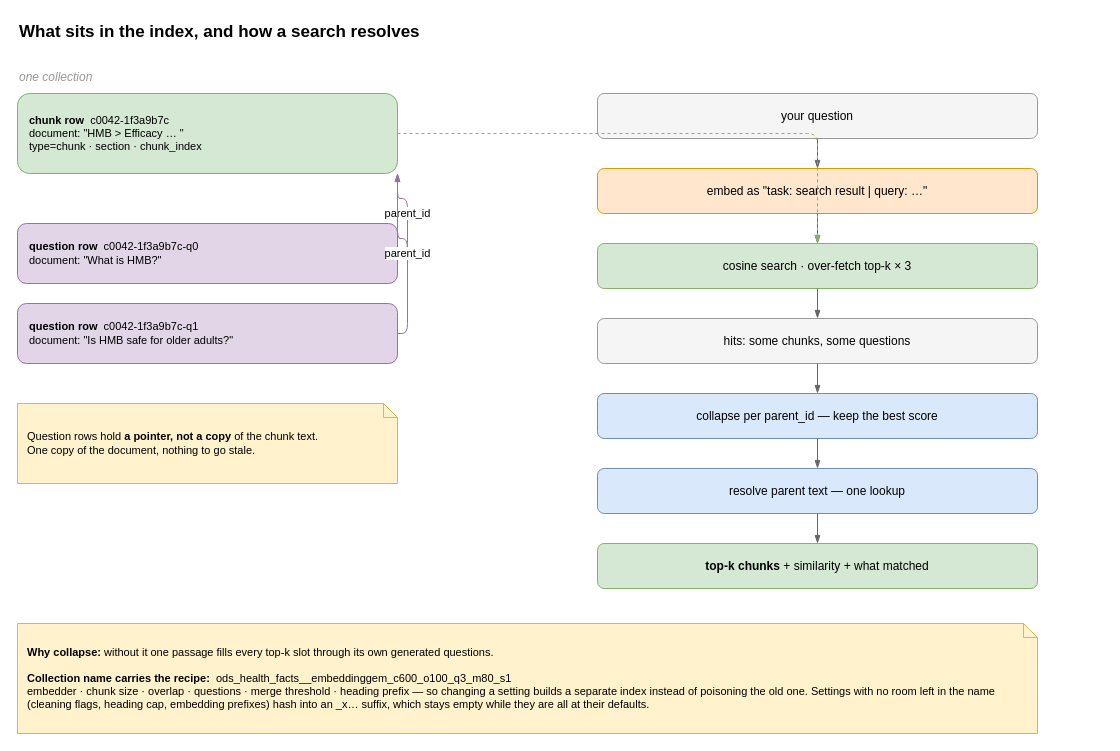
This is page "8 · Step 6 — Index" (9 of 15) of architecture.drawio from marwan-osama/athletic-suppliments-RAG, a draw.io file, before an edit. Source tidied: cells renumbered, new cells numbered last; positions are measured from the earlier drawing's top-left corner, leaving out a move shared by most shapes. Both pictures are drawn from the tidied source at 100%, with x=0, y=0 at pixel (17, 17).
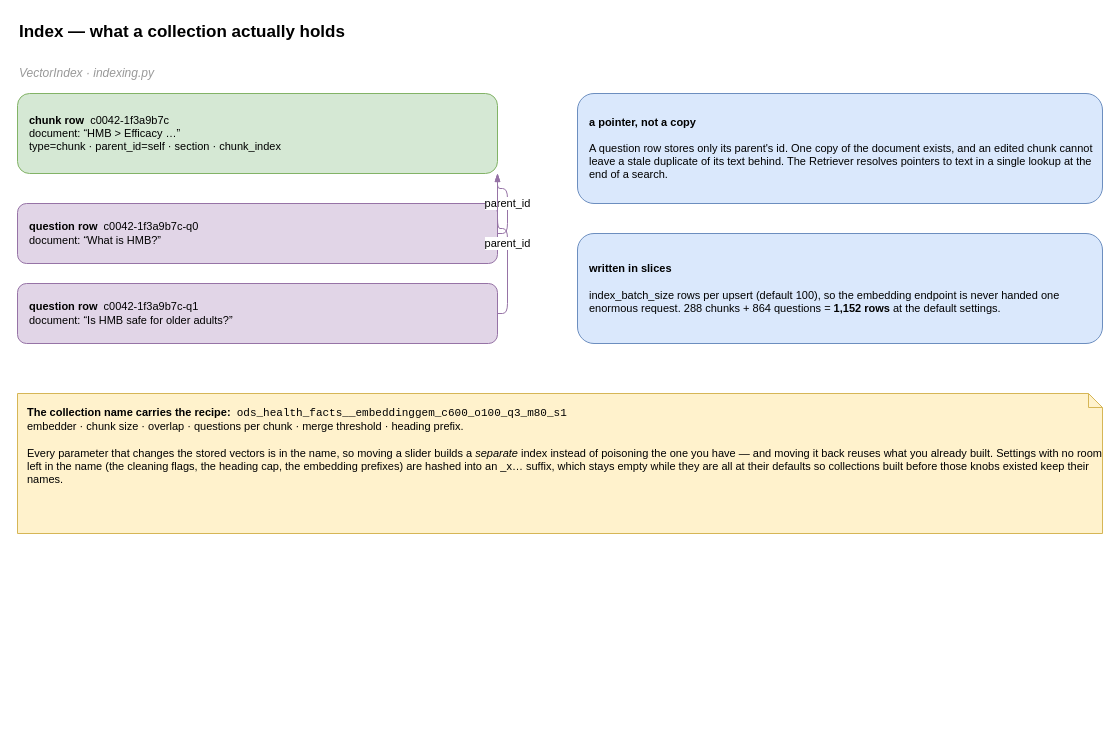
The same page after the edit.

What changed in the source:
```diff
@@
-    <mxCell id="2" value="What sits in the index, and how a search resolves" style="text;html=1;fontSize=17;fontStyle=1;align=left;verticalAlign=middle;" parent="1" vertex="1">
-      <mxGeometry width="620" height="30" as="geometry" />
-    </mxCell>
-    <mxCell id="3" value="one collection" style="text;html=1;fontSize=12;fontStyle=2;fontColor=#999999;align=left;" parent="1" vertex="1">
-      <mxGeometry y="46" width="140" height="20" as="geometry" />
-    </mxCell>
-    <mxCell id="4" value="&lt;b&gt;chunk row&lt;/b&gt;&amp;nbsp; c0042-1f3a9b7c&lt;br&gt;document: &quot;HMB &amp;gt; Efficacy … &quot;&lt;br&gt;type=chunk · section · chunk_index" style="rounded=1;whiteSpace=wrap;html=1;fillColor=#d5e8d4;strokeColor=#82b366;align=left;verticalAlign=middle;spacingLeft=10;fontSize=11;" parent="1" vertex="1">
-      <mxGeometry y="76" width="380" height="80" as="geometry" />
-    </mxCell>
-    <mxCell id="5" value="&lt;b&gt;question row&lt;/b&gt;&amp;nbsp; c0042-1f3a9b7c-q0&lt;br&gt;document: &quot;What is HMB?&quot;" style="rounded=1;whiteSpace=wrap;html=1;fillColor=#e1d5e7;strokeColor=#9673a6;align=left;verticalAlign=middle;spacingLeft=10;fontSize=11;" parent="1" vertex="1">
-      <mxGeometry y="206" width="380" height="60" as="geometry" />
-    </mxCell>
-    <mxCell id="6" value="&lt;b&gt;question row&lt;/b&gt;&amp;nbsp; c0042-1f3a9b7c-q1&lt;br&gt;document: &quot;Is HMB safe for older adults?&quot;" style="rounded=1;whiteSpace=wrap;html=1;fillColor=#e1d5e7;strokeColor=#9673a6;align=left;verticalAlign=middle;spacingLeft=10;fontSize=11;" parent="1" vertex="1">
-      <mxGeometry y="286" width="380" height="60" as="geometry" />
-    </mxCell>
-    <mxCell id="7" value="parent_id" style="edgeStyle=orthogonalEdgeStyle;rounded=1;html=1;endArrow=blockThin;endFill=1;strokeColor=#9673a6;fontSize=11;exitX=1;exitY=0.5;exitDx=0;exitDy=0;entryX=1;entryY=1;entryDx=0;entryDy=0;" parent="1" edge="1" source="5" target="4">
-      <mxGeometry relative="1" as="geometry" />
-    </mxCell>
-    <mxCell id="8" value="parent_id" style="edgeStyle=orthogonalEdgeStyle;rounded=1;html=1;endArrow=blockThin;endFill=1;strokeColor=#9673a6;fontSize=11;exitX=1;exitY=0.5;exitDx=0;exitDy=0;entryX=1;entryY=1;entryDx=0;entryDy=0;" parent="1" edge="1" source="6" target="4">
-      <mxGeometry relative="1" as="geometry" />
-    </mxCell>
-    <mxCell id="9" value="Question rows hold &lt;b&gt;a pointer, not a copy&lt;/b&gt; of the chunk text.&lt;br&gt;One copy of the document, nothing to go stale." style="shape=note;whiteSpace=wrap;html=1;fillColor=#fff2cc;strokeColor=#d6b656;size=14;align=left;spacingLeft=8;fontSize=11;verticalAlign=middle;" parent="1" vertex="1">
-      <mxGeometry y="386" width="380" height="80" as="geometry" />
-    </mxCell>
-    <mxCell id="10" value="your question" style="rounded=1;whiteSpace=wrap;html=1;fillColor=#f5f5f5;strokeColor=#999999;fontSize=12;" parent="1" vertex="1">
-      <mxGeometry x="580" y="76" width="440" height="45" as="geometry" />
-    </mxCell>
-    <mxCell id="11" value="embed as &quot;task: search result | query: …&quot;" style="rounded=1;whiteSpace=wrap;html=1;fillColor=#ffe6cc;strokeColor=#d79b00;fontSize=12;" parent="1" vertex="1">
-      <mxGeometry x="580" y="151" width="440" height="45" as="geometry" />
-    </mxCell>
-    <mxCell id="12" value="cosine search · over-fetch top-k × 3" style="rounded=1;whiteSpace=wrap;html=1;fillColor=#d5e8d4;strokeColor=#82b366;fontSize=12;" parent="1" vertex="1">
-      <mxGeometry x="580" y="226" width="440" height="45" as="geometry" />
-    </mxCell>
-    <mxCell id="13" value="hits: some chunks, some questions" style="rounded=1;whiteSpace=wrap;html=1;fillColor=#f5f5f5;strokeColor=#999999;fontSize=12;" parent="1" vertex="1">
-      <mxGeometry x="580" y="301" width="440" height="45" as="geometry" />
-    </mxCell>
-    <mxCell id="14" value="collapse per parent_id — keep the best score" style="rounded=1;whiteSpace=wrap;html=1;fillColor=#dae8fc;strokeColor=#6c8ebf;fontSize=12;" parent="1" vertex="1">
-      <mxGeometry x="580" y="376" width="440" height="45" as="geometry" />
-    </mxCell>
-    <mxCell id="15" value="resolve parent text — one lookup" style="rounded=1;whiteSpace=wrap;html=1;fillColor=#dae8fc;strokeColor=#6c8ebf;fontSize=12;" parent="1" vertex="1">
-      <mxGeometry x="580" y="451" width="440" height="45" as="geometry" />
-    </mxCell>
-    <mxCell id="16" value="&lt;b&gt;top-k chunks&lt;/b&gt; + similarity + what matched" style="rounded=1;whiteSpace=wrap;html=1;fillColor=#d5e8d4;strokeColor=#82b366;fontSize=12;" parent="1" vertex="1">
-      <mxGeometry x="580" y="526" width="440" height="45" as="geometry" />
-    </mxCell>
-    <mxCell id="17" style="edgeStyle=orthogonalEdgeStyle;rounded=1;html=1;endArrow=blockThin;endFill=1;strokeColor=#666666;" parent="1" edge="1" source="10" target="11">
-      <mxGeometry relative="1" as="geometry" />
-    </mxCell>
-    <mxCell id="18" style="edgeStyle=orthogonalEdgeStyle;rounded=1;html=1;endArrow=blockThin;endFill=1;strokeColor=#666666;" parent="1" edge="1" source="11" target="12">
-      <mxGeometry relative="1" as="geometry" />
-    </mxCell>
-    <mxCell id="19" style="edgeStyle=orthogonalEdgeStyle;rounded=1;html=1;endArrow=blockThin;endFill=1;strokeColor=#666666;" parent="1" edge="1" source="12" target="13">
-      <mxGeometry relative="1" as="geometry" />
-    </mxCell>
-    <mxCell id="20" style="edgeStyle=orthogonalEdgeStyle;rounded=1;html=1;endArrow=blockThin;endFill=1;strokeColor=#666666;" parent="1" edge="1" source="13" target="14">
-      <mxGeometry relative="1" as="geometry" />
-    </mxCell>
-    <mxCell id="21" style="edgeStyle=orthogonalEdgeStyle;rounded=1;html=1;endArrow=blockThin;endFill=1;strokeColor=#666666;" parent="1" edge="1" source="14" target="15">
-      <mxGeometry relative="1" as="geometry" />
-    </mxCell>
-    <mxCell id="22" style="edgeStyle=orthogonalEdgeStyle;rounded=1;html=1;endArrow=blockThin;endFill=1;strokeColor=#666666;" parent="1" edge="1" source="15" target="16">
-      <mxGeometry relative="1" as="geometry" />
-    </mxCell>
-    <mxCell id="23" style="edgeStyle=orthogonalEdgeStyle;rounded=1;html=1;endArrow=blockThin;endFill=1;dashed=1;strokeColor=#82b366;exitX=1;exitY=0.5;exitDx=0;exitDy=0;" parent="1" edge="1" source="4" target="12">
-      <mxGeometry relative="1" as="geometry" />
-    </mxCell>
-    <mxCell id="24" value="&lt;b&gt;Why collapse:&lt;/b&gt; without it one passage fills every top-k slot through its own generated questions.&lt;br&gt;&lt;br&gt;&lt;b&gt;Collection name carries the recipe:&lt;/b&gt;&amp;nbsp; ods_health_facts__embeddinggem_c600_o100_q3_m80_s1&lt;br&gt;embedder · chunk size · overlap · questions · merge threshold · heading prefix — so changing a setting builds a separate index instead of poisoning the old one. Settings with no room left in the name (cleaning flags, heading cap, embedding prefixes) hash into an _x… suffix, which stays empty while they are all at their defaults." style="shape=note;whiteSpace=wrap;html=1;fillColor=#fff2cc;strokeColor=#d6b656;size=14;align=left;spacingLeft=8;fontSize=11;verticalAlign=middle;" parent="1" vertex="1">
-      <mxGeometry y="606" width="1020" height="110" as="geometry" />
-    </mxCell>
+    <mxCell id="25" value="Index — what a collection actually holds" style="text;html=1;fontSize=17;align=left;verticalAlign=middle;fontStyle=1;" parent="1" vertex="1">
+      <mxGeometry width="900" height="30" as="geometry" />
+    </mxCell>
+    <mxCell id="26" value="VectorIndex · indexing.py" style="text;html=1;fontSize=12;align=left;verticalAlign=middle;fontStyle=2;fontColor=#999999;" parent="1" vertex="1">
+      <mxGeometry y="46" width="420" height="20" as="geometry" />
+    </mxCell>
+    <mxCell id="27" value="&lt;b&gt;chunk row&lt;/b&gt;&amp;nbsp; c0042-1f3a9b7c&lt;br&gt;document: “HMB &amp;gt; Efficacy …”&lt;br&gt;type=chunk · parent_id=self · section · chunk_index" style="rounded=1;whiteSpace=wrap;html=1;fillColor=#d5e8d4;strokeColor=#82b366;fontSize=11;align=left;spacingLeft=10;verticalAlign=middle;" parent="1" vertex="1">
+      <mxGeometry y="76" width="480" height="80" as="geometry" />
+    </mxCell>
+    <mxCell id="28" value="&lt;b&gt;question row&lt;/b&gt;&amp;nbsp; c0042-1f3a9b7c-q0&lt;br&gt;document: “What is HMB?”" style="rounded=1;whiteSpace=wrap;html=1;fillColor=#e1d5e7;strokeColor=#9673a6;fontSize=11;align=left;spacingLeft=10;verticalAlign=middle;" parent="1" vertex="1">
+      <mxGeometry y="186" width="480" height="60" as="geometry" />
+    </mxCell>
+    <mxCell id="29" value="&lt;b&gt;question row&lt;/b&gt;&amp;nbsp; c0042-1f3a9b7c-q1&lt;br&gt;document: “Is HMB safe for older adults?”" style="rounded=1;whiteSpace=wrap;html=1;fillColor=#e1d5e7;strokeColor=#9673a6;fontSize=11;align=left;spacingLeft=10;verticalAlign=middle;" parent="1" vertex="1">
+      <mxGeometry y="266" width="480" height="60" as="geometry" />
+    </mxCell>
+    <mxCell id="30" value="parent_id" style="edgeStyle=orthogonalEdgeStyle;rounded=1;html=1;endArrow=blockThin;endFill=1;strokeColor=#666666;fontSize=11;exitX=1;exitY=0.5;exitDx=0;exitDy=0;entryX=1;entryY=1;entryDx=0;entryDy=0;strokeColor=#9673a6;" parent="1" edge="1" source="28" target="27">
+      <mxGeometry relative="1" as="geometry" />
+    </mxCell>
+    <mxCell id="31" value="parent_id" style="edgeStyle=orthogonalEdgeStyle;rounded=1;html=1;endArrow=blockThin;endFill=1;strokeColor=#666666;fontSize=11;exitX=1;exitY=0.5;exitDx=0;exitDy=0;entryX=1;entryY=1;entryDx=0;entryDy=0;strokeColor=#9673a6;" parent="1" edge="1" source="29" target="27">
+      <mxGeometry relative="1" as="geometry" />
+    </mxCell>
+    <mxCell id="32" value="&lt;b&gt;a pointer, not a copy&lt;/b&gt;&lt;br&gt;&lt;br&gt;A question row stores only its parent's id. One copy of the document exists, and an edited chunk cannot leave a stale duplicate of its text behind. The Retriever resolves pointers to text in a single lookup at the end of a search." style="rounded=1;whiteSpace=wrap;html=1;fillColor=#dae8fc;strokeColor=#6c8ebf;fontSize=11;align=left;spacingLeft=10;verticalAlign=middle;" parent="1" vertex="1">
+      <mxGeometry x="560" y="76" width="525" height="110" as="geometry" />
+    </mxCell>
+    <mxCell id="33" value="&lt;b&gt;written in slices&lt;/b&gt;&lt;br&gt;&lt;br&gt;index_batch_size rows per upsert (default 100), so the embedding endpoint is never handed one enormous request. 288 chunks + 864 questions = &lt;b&gt;1,152 rows&lt;/b&gt; at the default settings." style="rounded=1;whiteSpace=wrap;html=1;fillColor=#dae8fc;strokeColor=#6c8ebf;fontSize=11;align=left;spacingLeft=10;verticalAlign=middle;" parent="1" vertex="1">
+      <mxGeometry x="560" y="216" width="525" height="110" as="geometry" />
+    </mxCell>
+    <mxCell id="34" value="&lt;b&gt;The collection name carries the recipe:&lt;/b&gt;&amp;nbsp; &lt;font face=&quot;Courier New&quot;&gt;ods_health_facts__embeddinggem_c600_o100_q3_m80_s1&lt;/font&gt;&lt;br&gt;embedder · chunk size · overlap · questions per chunk · merge threshold · heading prefix.&lt;br&gt;&lt;br&gt;Every parameter that changes the stored vectors is in the name, so moving a slider builds a &lt;i&gt;separate&lt;/i&gt; index instead of poisoning the one you have — and moving it back reuses what you already built. Settings with no room left in the name (the cleaning flags, the heading cap, the embedding prefixes) are hashed into an _x… suffix, which stays empty while they are all at their defaults so collections built before those knobs existed keep their names." style="shape=note;whiteSpace=wrap;html=1;fillColor=#fff2cc;strokeColor=#d6b656;size=14;align=left;spacingLeft=8;fontSize=11;verticalAlign=top;spacingTop=6;" parent="1" vertex="1">
+      <mxGeometry y="376" width="1085" height="140" as="geometry" />
+    </mxCell>
```
